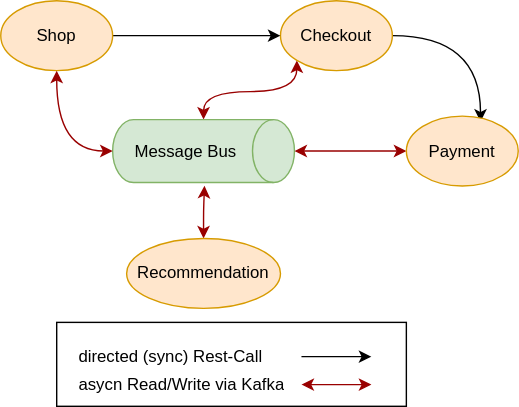
Above: src/main/jbake/content/documentation/howto/distributed-systems/distributed-systems.drawio.svg in dancier/documentation (draw.io), before the change. Source tidied: cells renumbered, new cells last; positions are measured from the earlier drawing's top-left corner, leaving out a move shared by most shapes.
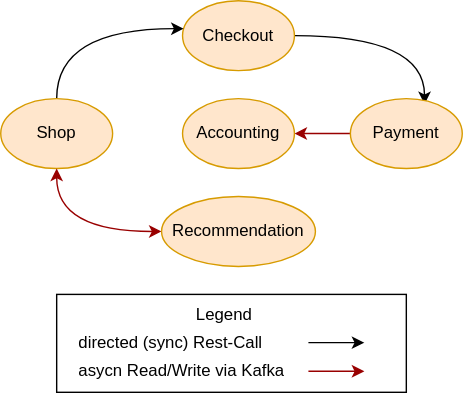
Later version of the same file.

Diff of the diagram source:
```diff
@@ -2,64 +2,65 @@
   <root>
     <mxCell id="0" />
     <mxCell id="1" parent="0" />
-    <mxCell id="2" style="rounded=0;whiteSpace=wrap;html=1;" parent="1" vertex="1">
-      <mxGeometry x="40" y="230" width="250" height="60" as="geometry" />
-    </mxCell>
-    <mxCell id="3" style="edgeStyle=orthogonalEdgeStyle;jettySize=auto;html=1;exitX=0;exitY=0.5;exitDx=0;exitDy=0;exitPerimeter=0;entryX=0;entryY=1;entryDx=0;entryDy=0;curved=1;startArrow=classic;startFill=1;strokeColor=#990000;" parent="1" edge="1" source="4" target="6">
-      <mxGeometry relative="1" as="geometry" />
-    </mxCell>
-    <mxCell id="4" value="Message Bus" style="shape=cylinder3;whiteSpace=wrap;html=1;boundedLbl=1;backgroundOutline=1;size=15;direction=south;fillColor=#d5e8d4;strokeColor=#82b366;" parent="1" vertex="1">
-      <mxGeometry x="80" y="85" width="130" height="45" as="geometry" />
-    </mxCell>
     <mxCell id="5" style="edgeStyle=orthogonalEdgeStyle;jettySize=auto;html=1;exitX=1;exitY=0.5;exitDx=0;exitDy=0;entryX=0.663;entryY=0.08;entryDx=0;entryDy=0;entryPerimeter=0;curved=1;" parent="1" edge="1" source="6" target="8">
       <mxGeometry relative="1" as="geometry" />
     </mxCell>
     <mxCell id="6" value="Checkout" style="ellipse;whiteSpace=wrap;html=1;fillColor=#ffe6cc;strokeColor=#d79b00;" parent="1" vertex="1">
-      <mxGeometry x="200" width="80" height="50" as="geometry" />
+      <mxGeometry x="120" width="80" height="50" as="geometry" />
     </mxCell>
-    <mxCell id="7" style="edgeStyle=orthogonalEdgeStyle;rounded=0;jettySize=auto;html=1;entryX=0.5;entryY=0;entryDx=0;entryDy=0;entryPerimeter=0;strokeColor=#990000;exitX=0;exitY=0.5;exitDx=0;exitDy=0;startArrow=classic;startFill=1;" parent="1" edge="1" source="8" target="4">
-      <mxGeometry relative="1" as="geometry">
-        <Array as="points">
-          <mxPoint x="270" y="107" />
-          <mxPoint x="240" y="108" />
-        </Array>
-      </mxGeometry>
-    </mxCell>
+    <mxCell id="18" style="edgeStyle=orthogonalEdgeStyle;rounded=0;jettySize=auto;html=1;strokeColor=#990000;" parent="1" edge="1" source="8">
+      <mxGeometry relative="1" as="geometry">
+        <mxPoint x="200" y="95" as="targetPoint" />
+      </mxGeometry>
+    </mxCell>
     <mxCell id="8" value="Payment" style="ellipse;whiteSpace=wrap;html=1;fillColor=#ffe6cc;strokeColor=#d79b00;" parent="1" vertex="1">
-      <mxGeometry x="290" y="82.5" width="80" height="50" as="geometry" />
+      <mxGeometry x="240" y="70" width="80" height="50" as="geometry" />
     </mxCell>
-    <mxCell id="9" style="edgeStyle=orthogonalEdgeStyle;rounded=0;jettySize=auto;html=1;" parent="1" edge="1" source="10" target="6">
-      <mxGeometry relative="1" as="geometry" />
+    <mxCell id="9" style="edgeStyle=orthogonalEdgeStyle;jettySize=auto;html=1;curved=1;" parent="1" edge="1" source="10" target="6">
+      <mxGeometry relative="1" as="geometry">
+        <Array as="points">
+          <mxPoint x="30" y="20" />
+        </Array>
+      </mxGeometry>
     </mxCell>
     <mxCell id="10" value="Shop" style="ellipse;whiteSpace=wrap;html=1;fillColor=#ffe6cc;strokeColor=#d79b00;" parent="1" vertex="1">
-      <mxGeometry width="80" height="50" as="geometry" />
+      <mxGeometry x="-10" y="70" width="80" height="50" as="geometry" />
     </mxCell>
+    <mxCell id="16" style="edgeStyle=orthogonalEdgeStyle;jettySize=auto;html=1;entryX=0.5;entryY=1;entryDx=0;entryDy=0;startArrow=classic;startFill=1;strokeColor=#990000;curved=1;" parent="1" edge="1" source="17" target="10">
+      <mxGeometry relative="1" as="geometry" />
+    </mxCell>
+    <mxCell id="17" value="Recommendation" style="ellipse;whiteSpace=wrap;html=1;fillColor=#ffe6cc;strokeColor=#d79b00;" parent="1" vertex="1">
+      <mxGeometry x="105" y="140" width="110" height="50" as="geometry" />
+    </mxCell>
+    <mxCell id="19" style="group;" parent="1" vertex="1">
+      <mxGeometry x="30" y="210" width="250" height="70" as="geometry" />
+    </mxCell>
+    <mxCell id="2" style="rounded=0;whiteSpace=wrap;html=1;" parent="19" vertex="1">
+      <mxGeometry width="250" height="70" as="geometry" />
+    </mxCell>
-    <mxCell id="11" style="endArrow=classic;html=1;rounded=0;" parent="1" edge="1">
+    <mxCell id="11" style="endArrow=classic;html=1;rounded=0;" parent="19" edge="1">
       <mxGeometry relative="1" as="geometry">
-        <mxPoint x="215" y="254.5" as="sourcePoint" />
-        <mxPoint x="265" y="254.5" as="targetPoint" />
+        <mxPoint x="180" y="34.5" as="sourcePoint" />
+        <mxPoint x="220" y="34.5" as="targetPoint" />
       </mxGeometry>
     </mxCell>
-    <mxCell id="12" value="directed (sync) Rest-Call" style="text;strokeColor=none;fillColor=none;align=left;verticalAlign=middle;spacingLeft=4;spacingRight=4;overflow=hidden;whiteSpace=wrap;html=1;" parent="1" vertex="1">
-      <mxGeometry x="50" y="240" width="160" height="30" as="geometry" />
+    <mxCell id="12" value="directed (sync) Rest-Call" style="text;strokeColor=none;fillColor=none;align=left;verticalAlign=middle;spacingLeft=4;spacingRight=4;overflow=hidden;whiteSpace=wrap;html=1;" parent="19" vertex="1">
+      <mxGeometry x="10" y="20" width="160" height="30" as="geometry" />
     </mxCell>
-    <mxCell id="13" value="asycn Read/Write via Kafka" style="text;strokeColor=none;fillColor=none;align=left;verticalAlign=middle;spacingLeft=4;spacingRight=4;overflow=hidden;whiteSpace=wrap;html=1;" parent="1" vertex="1">
-      <mxGeometry x="50" y="260" width="160" height="30" as="geometry" />
+    <mxCell id="13" value="asycn Read/Write via Kafka" style="text;strokeColor=none;fillColor=none;align=left;verticalAlign=middle;spacingLeft=4;spacingRight=4;overflow=hidden;whiteSpace=wrap;html=1;" parent="19" vertex="1">
+      <mxGeometry x="10" y="40" width="160" height="30" as="geometry" />
     </mxCell>
-    <mxCell id="14" style="endArrow=classic;html=1;rounded=0;startArrow=classic;startFill=1;strokeColor=#990000;" parent="1" edge="1">
+    <mxCell id="14" style="endArrow=classic;html=1;rounded=0;startArrow=none;startFill=0;strokeColor=#990000;" parent="19" edge="1">
       <mxGeometry relative="1" as="geometry">
-        <mxPoint x="215" y="274.5" as="sourcePoint" />
-        <mxPoint x="265" y="274.5" as="targetPoint" />
+        <mxPoint x="180" y="55" as="sourcePoint" />
+        <mxPoint x="220" y="55" as="targetPoint" />
       </mxGeometry>
     </mxCell>
-    <mxCell id="15" style="edgeStyle=orthogonalEdgeStyle;jettySize=auto;html=1;entryX=0.5;entryY=1;entryDx=0;entryDy=0;strokeColor=#990000;curved=1;startArrow=classic;startFill=1;exitX=0.5;exitY=1;exitDx=0;exitDy=0;exitPerimeter=0;" parent="1" edge="1" source="4" target="10">
-      <mxGeometry relative="1" as="geometry" />
-    </mxCell>
-    <mxCell id="16" style="edgeStyle=orthogonalEdgeStyle;rounded=1;jettySize=auto;html=1;entryX=1.052;entryY=0.495;entryDx=0;entryDy=0;entryPerimeter=0;startArrow=classic;startFill=1;strokeColor=#990000;" parent="1" edge="1" source="17" target="4">
-      <mxGeometry relative="1" as="geometry" />
-    </mxCell>
-    <mxCell id="17" value="Recommendation" style="ellipse;whiteSpace=wrap;html=1;fillColor=#ffe6cc;strokeColor=#d79b00;" parent="1" vertex="1">
-      <mxGeometry x="90" y="170" width="110" height="50" as="geometry" />
-    </mxCell>
+    <mxCell id="20" value="Legend" style="text;html=1;strokeColor=none;fillColor=none;align=center;verticalAlign=middle;whiteSpace=wrap;rounded=0;" parent="19" vertex="1">
+      <mxGeometry x="90" width="60" height="30" as="geometry" />
+    </mxCell>
+    <mxCell id="21" value="Accounting" style="ellipse;whiteSpace=wrap;html=1;fillColor=#ffe6cc;strokeColor=#d79b00;" parent="1" vertex="1">
+      <mxGeometry x="120" y="70" width="80" height="50" as="geometry" />
+    </mxCell>
   </root>
 </mxGraphModel>
```
